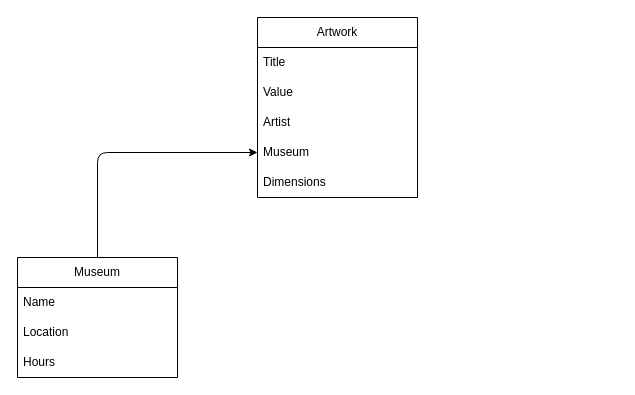
Before: Art-Museum-Manager_ERD.drawio in stforrester/Art-Museum-Manager, a draw.io diagram. Source tidied: cells renumbered, new cells numbered last; positions are measured from the earlier drawing's top-left corner, leaving out a move shared by most shapes. Both pictures are drawn from the tidied source at 100%, with x=0, y=0 at pixel (17, 17).
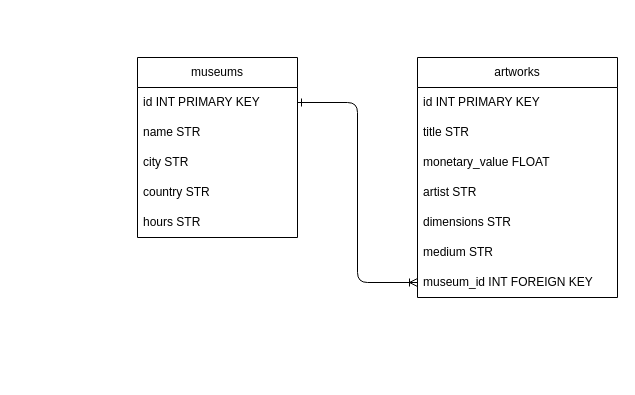
The same diagram, later.

Commit message:
update ERD to follow ORM database convention

The edit, as a diff of the source:
```diff
@@
 <mxGraphModel>
   <root>
     <mxCell id="0" />
     <mxCell id="1" parent="0" />
-    <mxCell id="2" value="Artwork" style="swimlane;fontStyle=0;horizontal=1;startSize=30;whiteSpace=wrap;html=1;" parent="1" vertex="1">
-      <mxGeometry x="240" width="160" height="180" as="geometry" />
+    <mxCell id="2" value="artworks" style="swimlane;fontStyle=0;horizontal=1;startSize=30;whiteSpace=wrap;html=1;" parent="1" vertex="1">
+      <mxGeometry x="400" y="40" width="200" height="240" as="geometry" />
     </mxCell>
-    <mxCell id="3" value="Title" style="text;strokeColor=none;fillColor=none;align=left;verticalAlign=middle;spacingLeft=4;spacingRight=4;overflow=hidden;whiteSpace=wrap;html=1;" parent="2" vertex="1">
-      <mxGeometry y="30" width="160" height="30" as="geometry" />
+    <mxCell id="3" value="id INT PRIMARY KEY" style="text;strokeColor=none;fillColor=none;align=left;verticalAlign=middle;spacingLeft=4;spacingRight=4;overflow=hidden;whiteSpace=wrap;html=1;" parent="2" vertex="1">
+      <mxGeometry y="30" width="200" height="30" as="geometry" />
     </mxCell>
+    <mxCell id="13" value="title STR" style="text;strokeColor=none;fillColor=none;align=left;verticalAlign=middle;spacingLeft=4;spacingRight=4;overflow=hidden;whiteSpace=wrap;html=1;" parent="2" vertex="1">
+      <mxGeometry y="60" width="200" height="30" as="geometry" />
+    </mxCell>
-    <mxCell id="4" value="Value" style="text;strokeColor=none;fillColor=none;align=left;verticalAlign=middle;spacingLeft=4;spacingRight=4;overflow=hidden;whiteSpace=wrap;html=1;" parent="2" vertex="1">
-      <mxGeometry y="60" width="160" height="30" as="geometry" />
+    <mxCell id="4" value="monetary_value FLOAT" style="text;strokeColor=none;fillColor=none;align=left;verticalAlign=middle;spacingLeft=4;spacingRight=4;overflow=hidden;whiteSpace=wrap;html=1;" parent="2" vertex="1">
+      <mxGeometry y="90" width="200" height="30" as="geometry" />
     </mxCell>
-    <mxCell id="5" value="Artist" style="text;strokeColor=none;fillColor=none;align=left;verticalAlign=middle;spacingLeft=4;spacingRight=4;overflow=hidden;whiteSpace=wrap;html=1;" parent="2" vertex="1">
-      <mxGeometry y="90" width="160" height="30" as="geometry" />
+    <mxCell id="5" value="artist STR" style="text;strokeColor=none;fillColor=none;align=left;verticalAlign=middle;spacingLeft=4;spacingRight=4;overflow=hidden;whiteSpace=wrap;html=1;" parent="2" vertex="1">
+      <mxGeometry y="120" width="200" height="30" as="geometry" />
     </mxCell>
-    <mxCell id="6" value="Museum" style="text;strokeColor=none;fillColor=none;align=left;verticalAlign=middle;spacingLeft=4;spacingRight=4;overflow=hidden;points=[[0,0.5],[1,0.5]];portConstraint=eastwest;whiteSpace=wrap;html=1;" parent="2" vertex="1">
-      <mxGeometry y="120" width="160" height="30" as="geometry" />
+    <mxCell id="6" value="dimensions STR" style="text;strokeColor=none;fillColor=none;align=left;verticalAlign=middle;spacingLeft=4;spacingRight=4;overflow=hidden;points=[[0,0.5],[1,0.5]];portConstraint=eastwest;whiteSpace=wrap;html=1;" parent="2" vertex="1">
+      <mxGeometry y="150" width="200" height="30" as="geometry" />
     </mxCell>
-    <mxCell id="7" value="Dimensions" style="text;strokeColor=none;fillColor=none;align=left;verticalAlign=middle;spacingLeft=4;spacingRight=4;overflow=hidden;whiteSpace=wrap;html=1;" parent="2" vertex="1">
-      <mxGeometry y="150" width="160" height="30" as="geometry" />
+    <mxCell id="7" value="medium STR" style="text;strokeColor=none;fillColor=none;align=left;verticalAlign=middle;spacingLeft=4;spacingRight=4;overflow=hidden;whiteSpace=wrap;html=1;" parent="2" vertex="1">
+      <mxGeometry y="180" width="200" height="30" as="geometry" />
     </mxCell>
-    <mxCell id="8" style="edgeStyle=orthogonalEdgeStyle;html=1;exitX=0.5;exitY=0;exitDx=0;exitDy=0;entryX=0;entryY=0.5;entryDx=0;entryDy=0;" parent="1" edge="1" source="9" target="6">
-      <mxGeometry relative="1" as="geometry" />
-    </mxCell>
+    <mxCell id="14" value="museum_id INT FOREIGN KEY" style="text;strokeColor=none;fillColor=none;align=left;verticalAlign=middle;spacingLeft=4;spacingRight=4;overflow=hidden;points=[[0,0.5],[1,0.5]];portConstraint=eastwest;whiteSpace=wrap;html=1;" parent="2" vertex="1">
+      <mxGeometry y="210" width="200" height="30" as="geometry" />
+    </mxCell>
-    <mxCell id="9" value="Museum" style="swimlane;fontStyle=0;horizontal=1;startSize=30;whiteSpace=wrap;html=1;" parent="1" vertex="1">
-      <mxGeometry y="240" width="160" height="120" as="geometry" />
+    <mxCell id="9" value="museums" style="swimlane;fontStyle=0;horizontal=1;startSize=30;whiteSpace=wrap;html=1;" parent="1" vertex="1">
+      <mxGeometry x="120" y="40" width="160" height="180" as="geometry" />
     </mxCell>
+    <mxCell id="15" value="id INT PRIMARY KEY" style="text;strokeColor=none;fillColor=none;align=left;verticalAlign=middle;spacingLeft=4;spacingRight=4;overflow=hidden;points=[[0,0.5],[1,0.5]];portConstraint=eastwest;whiteSpace=wrap;html=1;" parent="9" vertex="1">
+      <mxGeometry y="30" width="160" height="30" as="geometry" />
+    </mxCell>
-    <mxCell id="10" value="Name" style="text;strokeColor=none;fillColor=none;align=left;verticalAlign=middle;spacingLeft=4;spacingRight=4;overflow=hidden;whiteSpace=wrap;html=1;" parent="9" vertex="1">
-      <mxGeometry y="30" width="160" height="30" as="geometry" />
+    <mxCell id="10" value="name STR" style="text;strokeColor=none;fillColor=none;align=left;verticalAlign=middle;spacingLeft=4;spacingRight=4;overflow=hidden;whiteSpace=wrap;html=1;" parent="9" vertex="1">
+      <mxGeometry y="60" width="160" height="30" as="geometry" />
     </mxCell>
-    <mxCell id="11" value="Location" style="text;strokeColor=none;fillColor=none;align=left;verticalAlign=middle;spacingLeft=4;spacingRight=4;overflow=hidden;whiteSpace=wrap;html=1;" parent="9" vertex="1">
-      <mxGeometry y="60" width="160" height="30" as="geometry" />
+    <mxCell id="11" value="city STR" style="text;strokeColor=none;fillColor=none;align=left;verticalAlign=middle;spacingLeft=4;spacingRight=4;overflow=hidden;whiteSpace=wrap;html=1;" parent="9" vertex="1">
+      <mxGeometry y="90" width="160" height="30" as="geometry" />
     </mxCell>
+    <mxCell id="16" value="country STR" style="text;strokeColor=none;fillColor=none;align=left;verticalAlign=middle;spacingLeft=4;spacingRight=4;overflow=hidden;whiteSpace=wrap;html=1;" parent="9" vertex="1">
+      <mxGeometry y="120" width="160" height="30" as="geometry" />
+    </mxCell>
-    <mxCell id="12" value="Hours" style="text;strokeColor=none;fillColor=none;align=left;verticalAlign=middle;spacingLeft=4;spacingRight=4;overflow=hidden;whiteSpace=wrap;html=1;" parent="9" vertex="1">
-      <mxGeometry y="90" width="160" height="30" as="geometry" />
+    <mxCell id="12" value="hours STR" style="text;strokeColor=none;fillColor=none;align=left;verticalAlign=middle;spacingLeft=4;spacingRight=4;overflow=hidden;whiteSpace=wrap;html=1;" parent="9" vertex="1">
+      <mxGeometry y="150" width="160" height="30" as="geometry" />
     </mxCell>
+    <mxCell id="17" style="edgeStyle=orthogonalEdgeStyle;html=1;exitX=1;exitY=0.5;exitDx=0;exitDy=0;entryX=0;entryY=0.5;entryDx=0;entryDy=0;endArrow=ERoneToMany;endFill=0;startArrow=ERone;startFill=0;" parent="1" edge="1" source="15" target="14">
+      <mxGeometry relative="1" as="geometry" />
+    </mxCell>
   </root>
 </mxGraphModel>
```
